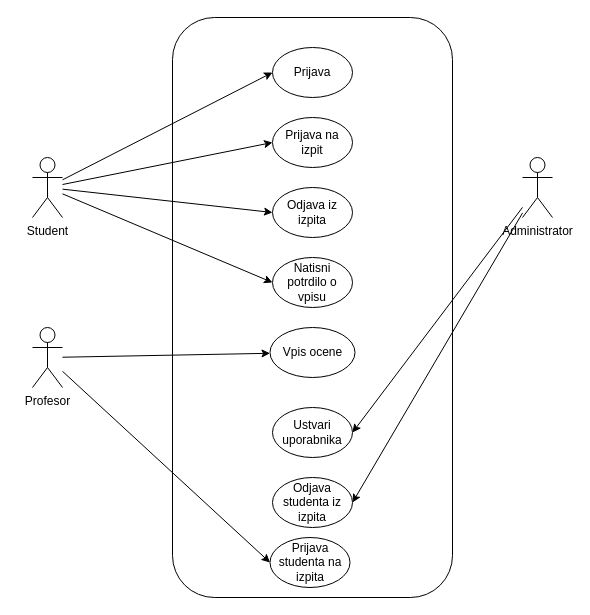
Above: UseCaseStudis.drawio in ErnestISv/Lovstvo (draw.io), before the change. Source tidied: cells renumbered, new cells numbered last; positions are measured from the earlier drawing's top-left corner, leaving out a move shared by most shapes. Both pictures are drawn from the tidied source at 100%, with x=0, y=0 at pixel (32, 17).
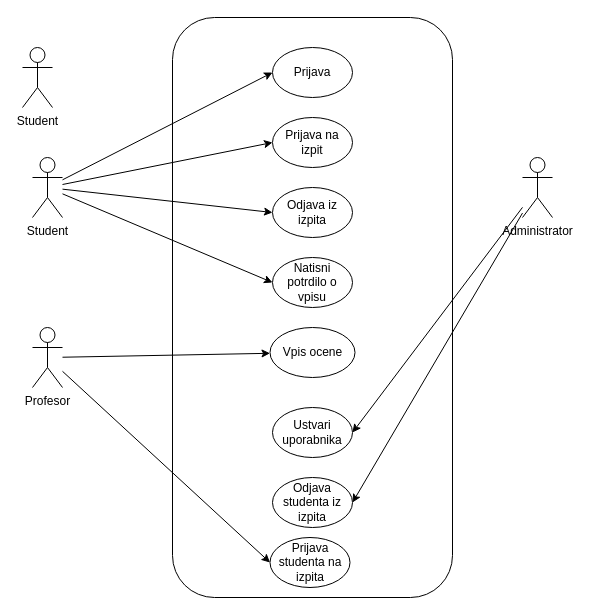
Above is the later version.

The edit, as a diff of the source:
```diff
@@
+    <mxCell id="22" value="Student&lt;div&gt;&lt;br&gt;&lt;/div&gt;" style="shape=umlActor;verticalLabelPosition=bottom;verticalAlign=top;html=1;" parent="1" vertex="1">
+      <mxGeometry x="-10" y="30" width="30" height="60" as="geometry" />
+    </mxCell>
```
